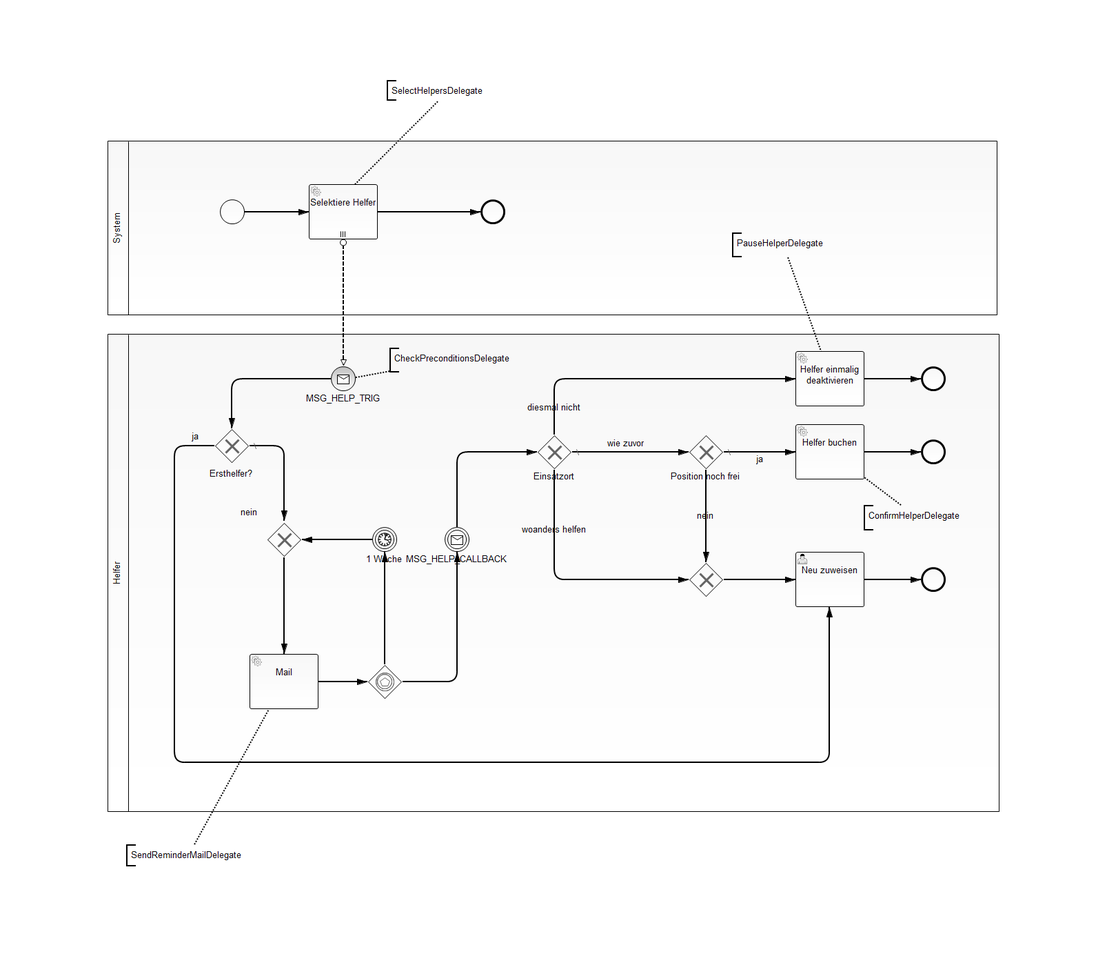
Above: resourceplanning-bpm/src/main/resources/RequestHelp.png in gheddie/speedys-resourceplanning (BPMN), before the change. Its source is kept beside it as resourceplanning-bpm/src/main/resources/RequestHelp.bpmn. Ids are renumbered.
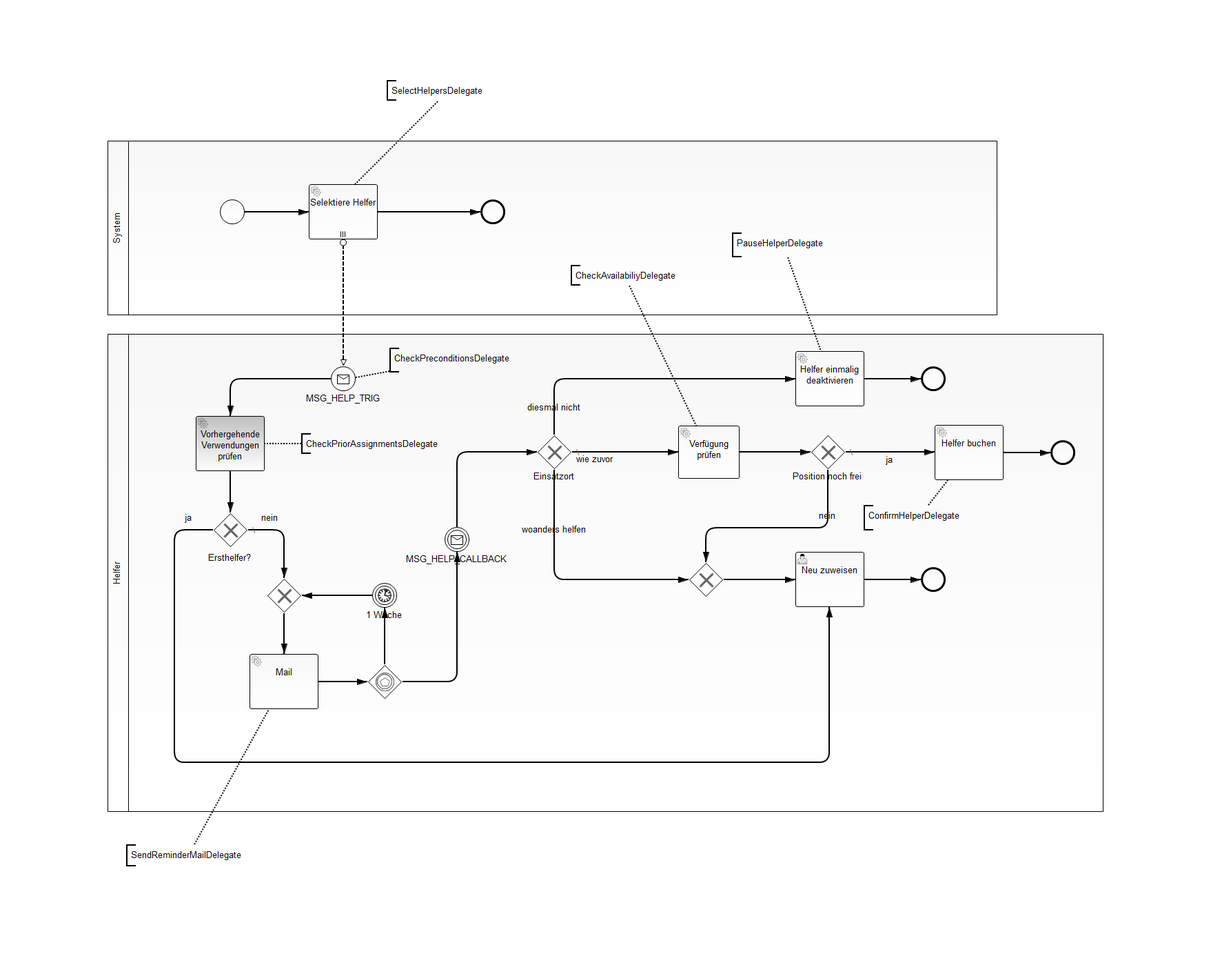
Later version of the same file.

Change to the diagram source:
```diff
@@ -34,2 +34,6 @@
     <bpmn:association id="Association_4" sourceRef="TextAnnotation_4" targetRef="ServiceTask_n11"/>
+    <bpmn:textAnnotation id="TextAnnotation_6">
+      <bpmn:text>CheckAvailabiliyDelegate</bpmn:text>
+    </bpmn:textAnnotation>
+    <bpmn:association id="Association_6" sourceRef="TextAnnotation_6" targetRef="ServiceTask_3"/>
   </bpmn:process>
@@ -46,3 +50,3 @@
     </bpmn:sequenceFlow>
-    <bpmn:sequenceFlow id="flowAsLastTime" name="wie zuvor" sourceRef="ExclusiveGateway_n14" targetRef="ExclusiveGateway_n15"/>
+    <bpmn:sequenceFlow id="flowAsLastTime" name="wie zuvor" sourceRef="ExclusiveGateway_n14" targetRef="ServiceTask_3"/>
     <bpmn:sequenceFlow id="flowChangeMe" name="woanders helfen" sourceRef="ExclusiveGateway_n14" targetRef="ExclusiveGateway_n16">
@@ -51,3 +55,3 @@
     <bpmn:exclusiveGateway id="ExclusiveGateway_n15" name="Position noch frei" default="flowPosAvailable">
-      <bpmn:incoming>flowAsLastTime</bpmn:incoming>
+      <bpmn:incoming>SequenceFlow_2</bpmn:incoming>
       <bpmn:outgoing>flowPosAvailable</bpmn:outgoing>
@@ -99,3 +103,3 @@
     </bpmn:serviceTask>
-    <bpmn:sequenceFlow id="SequenceFlow_1" name="" sourceRef="StartEvent_n6" targetRef="ExclusiveGateway_2"/>
+    <bpmn:sequenceFlow id="SequenceFlow_1" name="" sourceRef="StartEvent_n6" targetRef="ServiceTask_n34"/>
     <bpmn:sequenceFlow id="flowFollowingAssignment" name="nein" sourceRef="ExclusiveGateway_2" targetRef="ExclusiveGateway_n32"/>
@@ -104,9 +108,2 @@
     </bpmn:sequenceFlow>
-    <bpmn:intermediateCatchEvent id="IntermediateCatchEvent_n30" name="1 Woche">
-      <bpmn:incoming>SequenceFlow_n29</bpmn:incoming>
-      <bpmn:outgoing>SequenceFlow_n33</bpmn:outgoing>
-      <bpmn:timerEventDefinition>
-        <bpmn:timeDuration xsi:type="bpmn:tFormalExpression">P7DT0H0M0S</bpmn:timeDuration>
-      </bpmn:timerEventDefinition>
-    </bpmn:intermediateCatchEvent>
     <bpmn:eventBasedGateway id="EventBasedGateway_n27">
@@ -116,12 +113,2 @@
     </bpmn:eventBasedGateway>
-    <bpmn:exclusiveGateway id="ExclusiveGateway_2" name="Ersthelfer?" default="flowFollowingAssignment">
-      <bpmn:incoming>SequenceFlow_1</bpmn:incoming>
-      <bpmn:outgoing>flowFollowingAssignment</bpmn:outgoing>
-      <bpmn:outgoing>flowFirstAssignment</bpmn:outgoing>
-    </bpmn:exclusiveGateway>
-    <bpmn:exclusiveGateway id="ExclusiveGateway_n32">
-      <bpmn:incoming>SequenceFlow_n33</bpmn:incoming>
-      <bpmn:incoming>flowFollowingAssignment</bpmn:incoming>
-      <bpmn:outgoing>SequenceFlow_n31</bpmn:outgoing>
-    </bpmn:exclusiveGateway>
     <bpmn:intermediateCatchEvent id="IntermediateCatchEvent_n13" name="MSG_HELP_CALLBACK">
@@ -138,2 +125,29 @@
     </bpmn:startEvent>
+    <bpmn:serviceTask id="ServiceTask_3" camunda:class="de.trispeedys.resourceplanning.delegate.requesthelp.CheckAvailabiliyDelegate" name="Verfügung prüfen">
+      <bpmn:incoming>flowAsLastTime</bpmn:incoming>
+      <bpmn:outgoing>SequenceFlow_2</bpmn:outgoing>
+    </bpmn:serviceTask>
+    <bpmn:sequenceFlow id="SequenceFlow_2" name="" sourceRef="ServiceTask_3" targetRef="ExclusiveGateway_n15"/>
+    <bpmn:intermediateCatchEvent id="IntermediateCatchEvent_n30" name="1 Woche">
+      <bpmn:incoming>SequenceFlow_n29</bpmn:incoming>
+      <bpmn:outgoing>SequenceFlow_n33</bpmn:outgoing>
+      <bpmn:timerEventDefinition>
+        <bpmn:timeDuration xsi:type="bpmn:tFormalExpression">P7DT0H0M0S</bpmn:timeDuration>
+      </bpmn:timerEventDefinition>
+    </bpmn:intermediateCatchEvent>
+    <bpmn:exclusiveGateway id="ExclusiveGateway_n32">
+      <bpmn:incoming>SequenceFlow_n33</bpmn:incoming>
+      <bpmn:incoming>flowFollowingAssignment</bpmn:incoming>
+      <bpmn:outgoing>SequenceFlow_n31</bpmn:outgoing>
+    </bpmn:exclusiveGateway>
+    <bpmn:exclusiveGateway id="ExclusiveGateway_2" name="Ersthelfer?" default="flowFollowingAssignment">
+      <bpmn:incoming>SequenceFlow_n35</bpmn:incoming>
+      <bpmn:outgoing>flowFollowingAssignment</bpmn:outgoing>
+      <bpmn:outgoing>flowFirstAssignment</bpmn:outgoing>
+    </bpmn:exclusiveGateway>
+    <bpmn:sequenceFlow id="SequenceFlow_n35" sourceRef="ServiceTask_n34" targetRef="ExclusiveGateway_2"/>
+    <bpmn:serviceTask id="ServiceTask_n34" camunda:class="de.trispeedys.resourceplanning.delegate.requesthelp.CheckPriorAssignmentsDelegate" name="Vorhergehende Verwendungen prüfen">
+      <bpmn:incoming>SequenceFlow_1</bpmn:incoming>
+      <bpmn:outgoing>SequenceFlow_n35</bpmn:outgoing>
+    </bpmn:serviceTask>
     <bpmn:textAnnotation id="TextAnnotation_5">
@@ -146,2 +160,6 @@
     <bpmn:association id="Association_1" sourceRef="TextAnnotation_1" targetRef="StartEvent_n6"/>
+    <bpmn:textAnnotation id="TextAnnotation_7">
+      <bpmn:text>CheckPriorAssignmentsDelegate</bpmn:text>
+    </bpmn:textAnnotation>
+    <bpmn:association id="Association_7" sourceRef="TextAnnotation_7" targetRef="ServiceTask_n34"/>
   </bpmn:process>
@@ -171,3 +189,3 @@
       <bpmndi:BPMNShape id="Participant_n3_di" bpmnElement="Participant_n3" isHorizontal="false">
-        <dc:Bounds height="693.0" width="1294.0" x="156.0" y="484.0"/>
+        <dc:Bounds height="693.0" width="1445.0" x="156.0" y="484.0"/>
       </bpmndi:BPMNShape>
@@ -181,4 +199,2 @@
         <di:waypoint xsi:type="dc:Point" x="498.0" y="347.0"/>
-        <di:waypoint xsi:type="dc:Point" x="498.0" y="405.0"/>
-        <di:waypoint xsi:type="dc:Point" x="498.0" y="405.0"/>
         <di:waypoint xsi:type="dc:Point" x="498.0" y="531.0"/>
@@ -200,3 +216,3 @@
         <bpmndi:BPMNLabel>
-          <dc:Bounds height="0.0" width="0.0" x="804.0" y="680.0"/>
+          <dc:Bounds height="22.0" width="65.0" x="772.0" y="680.0"/>
         </bpmndi:BPMNLabel>
@@ -226,12 +242,12 @@
       <bpmndi:BPMNShape id="EndEvent_n18_di" bpmnElement="EndEvent_n18">
-        <dc:Bounds height="36.0" width="36.0" x="1336.0" y="637.0"/>
+        <dc:Bounds height="36.0" width="36.0" x="1524.0" y="638.0"/>
         <bpmndi:BPMNLabel>
-          <dc:Bounds height="0.0" width="0.0" x="1354.0" y="673.0"/>
+          <dc:Bounds height="0.0" width="0.0" x="1542.0" y="674.0"/>
         </bpmndi:BPMNLabel>
       </bpmndi:BPMNShape>
-      <bpmndi:BPMNEdge id="SequenceFlow_0fqr5d1_di" bpmnElement="flowAsLastTime">
+      <bpmndi:BPMNEdge id="SequenceFlow_0fqr5d1_di" bpmnElement="flowAsLastTime" targetElement="_BPMNShape_ServiceTask_4">
         <di:waypoint xsi:type="dc:Point" x="829.0" y="655.0"/>
-        <di:waypoint xsi:type="dc:Point" x="999.0" y="655.0"/>
+        <di:waypoint xsi:type="dc:Point" x="984.0" y="655.0"/>
         <bpmndi:BPMNLabel>
-          <dc:Bounds height="22.0" width="59.0" x="879.0" y="632.0"/>
+          <dc:Bounds height="22.0" width="59.0" x="834.0" y="655.0"/>
         </bpmndi:BPMNLabel>
@@ -253,5 +269,5 @@
       <bpmndi:BPMNShape id="ExclusiveGateway_n15_di" bpmnElement="ExclusiveGateway_n15" isMarkerVisible="true">
-        <dc:Bounds height="50.0" width="50.0" x="999.0" y="630.0"/>
+        <dc:Bounds height="50.0" width="50.0" x="1176.0" y="630.0"/>
         <bpmndi:BPMNLabel>
-          <dc:Bounds height="22.0" width="82.0" x="983.0" y="680.0"/>
+          <dc:Bounds height="22.0" width="106.0" x="1148.0" y="680.0"/>
         </bpmndi:BPMNLabel>
@@ -259,6 +275,6 @@
       <bpmndi:BPMNEdge id="SequenceFlow_0cla1jc_di" bpmnElement="flowPosAvailable">
-        <di:waypoint xsi:type="dc:Point" x="1049.0" y="655.0"/>
-        <di:waypoint xsi:type="dc:Point" x="1154.0" y="655.0"/>
+        <di:waypoint xsi:type="dc:Point" x="1226.0" y="655.0"/>
+        <di:waypoint xsi:type="dc:Point" x="1356.0" y="656.0"/>
         <bpmndi:BPMNLabel>
-          <dc:Bounds height="22.0" width="16.0" x="1095.0" y="655.0"/>
+          <dc:Bounds height="22.0" width="16.0" x="1283.0" y="656.0"/>
         </bpmndi:BPMNLabel>
@@ -266,6 +282,6 @@
       <bpmndi:BPMNEdge id="SequenceFlow_n19_di" bpmnElement="SequenceFlow_n19">
-        <di:waypoint xsi:type="dc:Point" x="1254.0" y="655.0"/>
-        <di:waypoint xsi:type="dc:Point" x="1336.0" y="655.0"/>
+        <di:waypoint xsi:type="dc:Point" x="1456.0" y="656.0"/>
+        <di:waypoint xsi:type="dc:Point" x="1524.0" y="656.0"/>
         <bpmndi:BPMNLabel>
-          <dc:Bounds height="0.0" width="0.0" x="1295.0" y="645.0"/>
+          <dc:Bounds height="0.0" width="0.0" x="1497.0" y="646.0"/>
         </bpmndi:BPMNLabel>
@@ -273,3 +289,3 @@
       <bpmndi:BPMNShape id="ServiceTask_n17_di" bpmnElement="ServiceTask_n17">
-        <dc:Bounds height="80.0" width="100.0" x="1154.0" y="615.0"/>
+        <dc:Bounds height="80.0" width="100.0" x="1356.0" y="616.0"/>
       </bpmndi:BPMNShape>
@@ -309,6 +325,8 @@
       <bpmndi:BPMNEdge id="SequenceFlow_06pmtwc_di" bpmnElement="flowPosOccupied">
-        <di:waypoint xsi:type="dc:Point" x="1024.0" y="680.0"/>
+        <di:waypoint xsi:type="dc:Point" x="1201.0" y="680.0"/>
+        <di:waypoint xsi:type="dc:Point" x="1201.0" y="765.0"/>
+        <di:waypoint xsi:type="dc:Point" x="1024.0" y="765.0"/>
         <di:waypoint xsi:type="dc:Point" x="1024.0" y="815.0"/>
         <bpmndi:BPMNLabel>
-          <dc:Bounds height="22.0" width="30.0" x="1009.0" y="737.0"/>
+          <dc:Bounds height="22.0" width="30.0" x="1186.0" y="737.0"/>
         </bpmndi:BPMNLabel>
@@ -325,3 +343,3 @@
         <bpmndi:BPMNLabel>
-          <dc:Bounds height="0.0" width="90.0" x="513.0" y="1013.0"/>
+          <dc:Bounds height="0.0" width="0.0" x="558.0" y="1013.0"/>
         </bpmndi:BPMNLabel>
@@ -337,5 +355,5 @@
       <bpmndi:BPMNShape id="IntermediateCatchEvent_n30_di" bpmnElement="IntermediateCatchEvent_n30">
-        <dc:Bounds height="36.0" width="36.0" x="540.0" y="764.0"/>
+        <dc:Bounds height="36.0" width="36.0" x="540.0" y="845.0"/>
         <bpmndi:BPMNLabel>
-          <dc:Bounds height="22.0" width="90.0" x="513.0" y="800.0"/>
+          <dc:Bounds height="22.0" width="90.0" x="513.0" y="881.0"/>
         </bpmndi:BPMNLabel>
@@ -344,5 +362,3 @@
         <di:waypoint xsi:type="dc:Point" x="558.0" y="963.0"/>
-        <di:waypoint xsi:type="dc:Point" x="558.0" y="890.0"/>
-        <di:waypoint xsi:type="dc:Point" x="558.0" y="890.0"/>
-        <di:waypoint xsi:type="dc:Point" x="558.0" y="800.0"/>
+        <di:waypoint xsi:type="dc:Point" x="558.0" y="881.0"/>
         <bpmndi:BPMNLabel>
@@ -352,5 +368,5 @@
       <bpmndi:BPMNShape id="ExclusiveGateway_n32_di" bpmnElement="ExclusiveGateway_n32" isMarkerVisible="true">
-        <dc:Bounds height="50.0" width="50.0" x="387.0" y="757.0"/>
+        <dc:Bounds height="50.0" width="50.0" x="387.0" y="838.0"/>
         <bpmndi:BPMNLabel>
-          <dc:Bounds height="0.0" width="90.0" x="367.0" y="807.0"/>
+          <dc:Bounds height="0.0" width="90.0" x="367.0" y="888.0"/>
         </bpmndi:BPMNLabel>
@@ -358,5 +374,3 @@
       <bpmndi:BPMNEdge id="SequenceFlow_n31_di" bpmnElement="SequenceFlow_n31">
-        <di:waypoint xsi:type="dc:Point" x="412.0" y="807.0"/>
-        <di:waypoint xsi:type="dc:Point" x="412.0" y="899.0"/>
-        <di:waypoint xsi:type="dc:Point" x="412.0" y="899.0"/>
+        <di:waypoint xsi:type="dc:Point" x="412.0" y="888.0"/>
         <di:waypoint xsi:type="dc:Point" x="412.0" y="948.0"/>
@@ -367,4 +381,4 @@
       <bpmndi:BPMNEdge id="SequenceFlow_n33_di" bpmnElement="SequenceFlow_n33">
-        <di:waypoint xsi:type="dc:Point" x="540.0" y="782.0"/>
-        <di:waypoint xsi:type="dc:Point" x="437.0" y="782.0"/>
+        <di:waypoint xsi:type="dc:Point" x="540.0" y="863.0"/>
+        <di:waypoint xsi:type="dc:Point" x="437.0" y="863.0"/>
         <bpmndi:BPMNLabel>
@@ -411,9 +425,9 @@
       <bpmndi:BPMNEdge id="BPMNEdge_Association_5" bpmnElement="Association_5" sourceElement="_BPMNShape_TextAnnotation_6" targetElement="ServiceTask_n17_di">
-        <di:waypoint xsi:type="dc:Point" x="1308.0" y="732.0"/>
-        <di:waypoint xsi:type="dc:Point" x="1254.0" y="692.0"/>
+        <di:waypoint xsi:type="dc:Point" x="1346.0" y="732.0"/>
+        <di:waypoint xsi:type="dc:Point" x="1375.0" y="696.0"/>
       </bpmndi:BPMNEdge>
       <bpmndi:BPMNShape id="_BPMNShape_ExclusiveGateway_3" bpmnElement="ExclusiveGateway_2" isMarkerVisible="true">
-        <dc:Bounds height="50.0" width="50.0" x="311.0" y="621.0"/>
+        <dc:Bounds height="50.0" width="50.0" x="309.0" y="743.0"/>
         <bpmndi:BPMNLabel>
-          <dc:Bounds height="22.0" width="90.0" x="291.0" y="676.0"/>
+          <dc:Bounds height="22.0" width="90.0" x="289.0" y="798.0"/>
         </bpmndi:BPMNLabel>
@@ -423,4 +437,4 @@
         <di:waypoint xsi:type="dc:Point" x="433.0" y="549.0"/>
-        <di:waypoint xsi:type="dc:Point" x="336.0" y="549.0"/>
-        <di:waypoint xsi:type="dc:Point" x="336.0" y="621.0"/>
+        <di:waypoint xsi:type="dc:Point" x="334.0" y="549.0"/>
+        <di:waypoint xsi:type="dc:Point" x="334.0" y="603.0"/>
         <bpmndi:BPMNLabel>
@@ -430,7 +444,7 @@
       <bpmndi:BPMNEdge id="BPMNEdge_SequenceFlow_2" bpmnElement="flowFollowingAssignment" sourceElement="_BPMNShape_ExclusiveGateway_3" targetElement="ExclusiveGateway_n32_di">
-        <di:waypoint xsi:type="dc:Point" x="361.0" y="646.0"/>
-        <di:waypoint xsi:type="dc:Point" x="412.0" y="646.0"/>
-        <di:waypoint xsi:type="dc:Point" x="412.0" y="755.0"/>
+        <di:waypoint xsi:type="dc:Point" x="359.0" y="768.0"/>
+        <di:waypoint xsi:type="dc:Point" x="412.0" y="768.0"/>
+        <di:waypoint xsi:type="dc:Point" x="412.0" y="838.0"/>
         <bpmndi:BPMNLabel>
-          <dc:Bounds height="22.0" width="30.0" x="347.0" y="732.0"/>
+          <dc:Bounds height="22.0" width="90.0" x="347.0" y="740.0"/>
         </bpmndi:BPMNLabel>
@@ -438,4 +452,4 @@
       <bpmndi:BPMNEdge id="BPMNEdge_SequenceFlow_3" bpmnElement="flowFirstAssignment" sourceElement="_BPMNShape_ExclusiveGateway_3" targetElement="UserTask_n25_di">
-        <di:waypoint xsi:type="dc:Point" x="311.0" y="646.0"/>
-        <di:waypoint xsi:type="dc:Point" x="253.0" y="646.0"/>
+        <di:waypoint xsi:type="dc:Point" x="309.0" y="768.0"/>
+        <di:waypoint xsi:type="dc:Point" x="253.0" y="768.0"/>
         <di:waypoint xsi:type="dc:Point" x="253.0" y="1105.0"/>
@@ -444,3 +458,3 @@
         <bpmndi:BPMNLabel>
-          <dc:Bounds height="22.0" width="16.0" x="276.0" y="622.0"/>
+          <dc:Bounds height="22.0" width="90.0" x="229.0" y="740.0"/>
         </bpmndi:BPMNLabel>
@@ -454,2 +468,36 @@
       </bpmndi:BPMNEdge>
+      <bpmndi:BPMNShape id="_BPMNShape_ServiceTask_4" bpmnElement="ServiceTask_3">
+        <dc:Bounds height="77.0" width="89.0" x="984.0" y="617.0"/>
+      </bpmndi:BPMNShape>
+      <bpmndi:BPMNEdge id="BPMNEdge_SequenceFlow_4" bpmnElement="SequenceFlow_2" sourceElement="_BPMNShape_ServiceTask_4" targetElement="ExclusiveGateway_n15_di">
+        <di:waypoint xsi:type="dc:Point" x="1072.0" y="655.0"/>
+        <di:waypoint xsi:type="dc:Point" x="1176.0" y="655.0"/>
+        <bpmndi:BPMNLabel>
+          <dc:Bounds height="6.0" width="6.0" x="1145.0" y="655.0"/>
+        </bpmndi:BPMNLabel>
+      </bpmndi:BPMNEdge>
+      <bpmndi:BPMNShape id="_BPMNShape_TextAnnotation_8" bpmnElement="TextAnnotation_6">
+        <dc:Bounds height="30.0" width="157.0" x="828.0" y="384.0"/>
+      </bpmndi:BPMNShape>
+      <bpmndi:BPMNEdge id="BPMNEdge_Association_6" bpmnElement="Association_6" sourceElement="_BPMNShape_TextAnnotation_8" targetElement="_BPMNShape_ServiceTask_4">
+        <di:waypoint xsi:type="dc:Point" x="913.0" y="414.0"/>
+        <di:waypoint xsi:type="dc:Point" x="1010.0" y="617.0"/>
+      </bpmndi:BPMNEdge>
+      <bpmndi:BPMNEdge id="SequenceFlow_n35_di" bpmnElement="SequenceFlow_n35">
+        <di:waypoint xsi:type="dc:Point" x="334.0" y="683.0"/>
+        <di:waypoint xsi:type="dc:Point" x="334.0" y="743.0"/>
+        <bpmndi:BPMNLabel>
+          <dc:Bounds height="20.0" width="90.0" x="289.0" y="703.0"/>
+        </bpmndi:BPMNLabel>
+      </bpmndi:BPMNEdge>
+      <bpmndi:BPMNShape id="ServiceTask_n34_di" bpmnElement="ServiceTask_n34">
+        <dc:Bounds height="80.0" width="100.0" x="284.0" y="603.0041"/>
+      </bpmndi:BPMNShape>
+      <bpmndi:BPMNShape id="_BPMNShape_TextAnnotation_9" bpmnElement="TextAnnotation_7">
+        <dc:Bounds height="30.0" width="204.0" x="437.0" y="628.0"/>
+      </bpmndi:BPMNShape>
+      <bpmndi:BPMNEdge id="BPMNEdge_Association_7" bpmnElement="Association_7" sourceElement="_BPMNShape_TextAnnotation_9" targetElement="ServiceTask_n34_di">
+        <di:waypoint xsi:type="dc:Point" x="437.0" y="643.0"/>
+        <di:waypoint xsi:type="dc:Point" x="384.0" y="643.0"/>
+      </bpmndi:BPMNEdge>
     </bpmndi:BPMNPlane>
```
